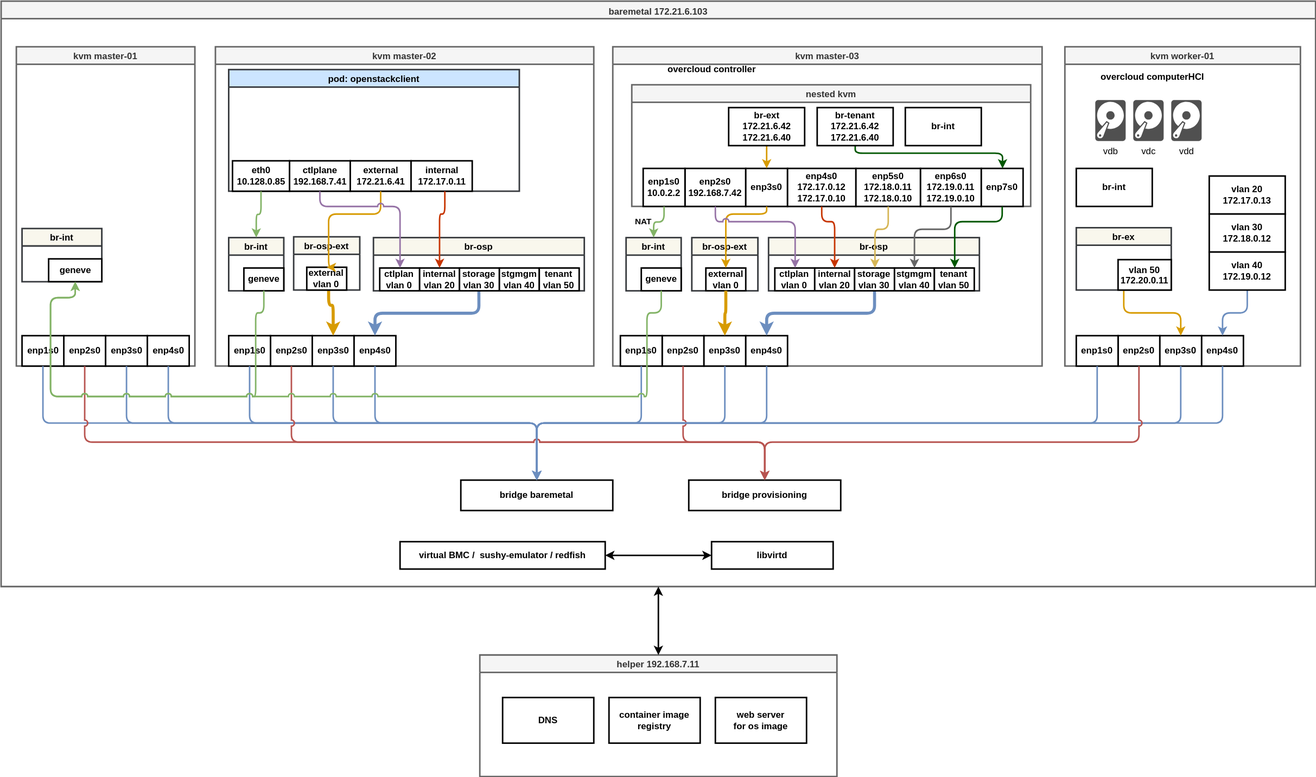
wangzheng422/docker_env keeps this draw.io diagram as redhat/ocp4/4.11/dia/ocp.osp.drawio.svg. Above is the earlier version. Source tidied: cells renumbered, new cells last; positions are measured from the earlier drawing's top-left corner, leaving out a move shared by most shapes.
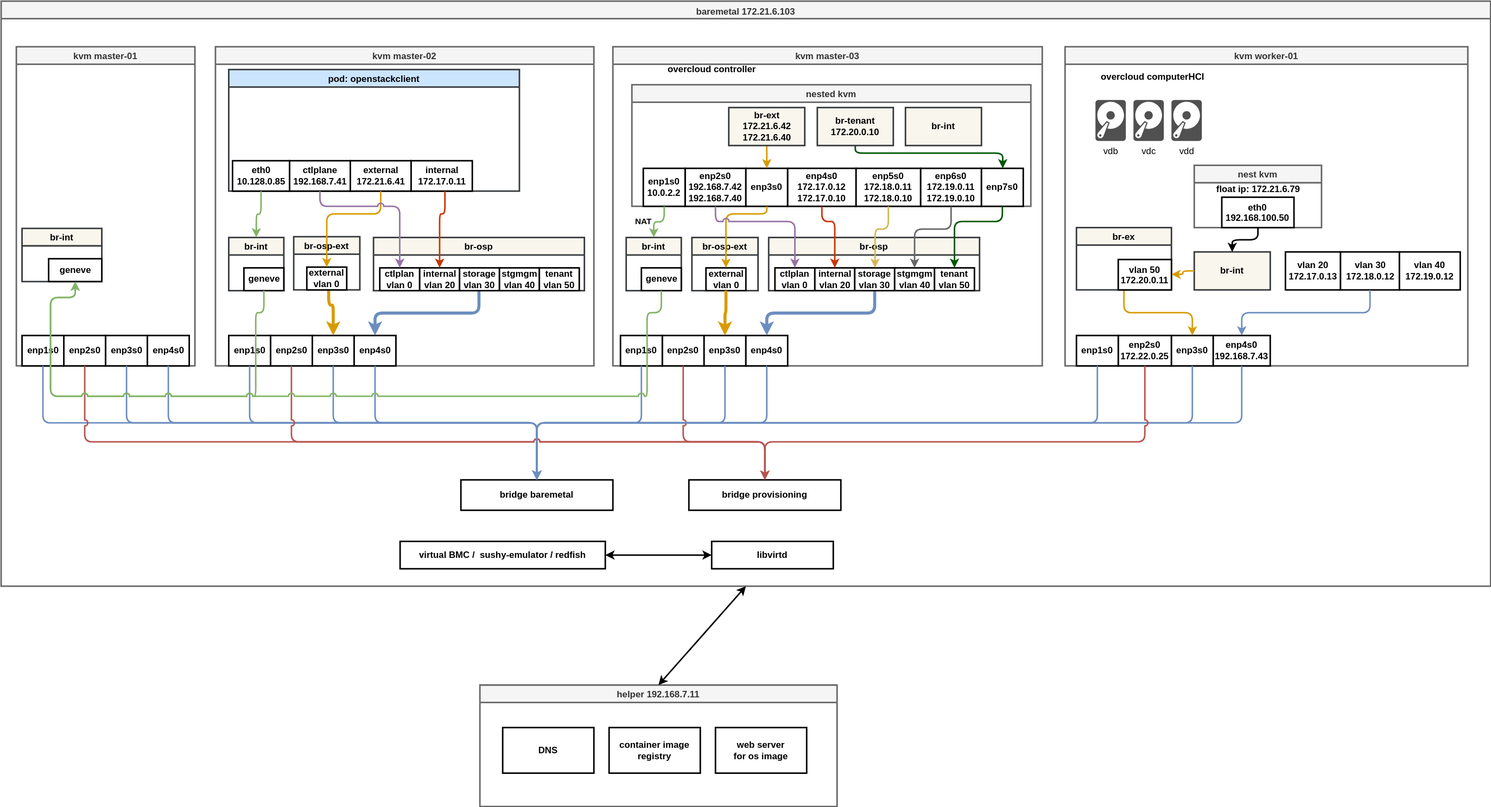
Later version of the same file.

What changed in the source:
```diff
@@ -3,7 +3,7 @@
     <mxCell id="0" />
     <mxCell id="1" parent="0" />
     <mxCell id="2" value="baremetal 172.21.6.103" style="swimlane;strokeWidth=2;verticalAlign=top;fillColor=#f5f5f5;fontColor=#333333;strokeColor=#666666;" parent="1" vertex="1">
-      <mxGeometry width="1730" height="770" as="geometry" />
+      <mxGeometry y="-40" width="1960" height="770" as="geometry" />
     </mxCell>
     <mxCell id="3" value="&lt;b&gt;virtual BMC /&amp;nbsp; sushy-emulator / redfish&lt;/b&gt;" style="rounded=0;whiteSpace=wrap;html=1;strokeWidth=2;" parent="2" vertex="1">
       <mxGeometry x="525" y="711" width="270" height="36" as="geometry" />
@@ -114,7 +114,7 @@
       <mxGeometry relative="1" as="geometry">
         <Array as="points">
           <mxPoint x="218" y="220" />
-          <mxPoint x="149" y="220" />
+          <mxPoint x="147" y="220" />
         </Array>
       </mxGeometry>
     </mxCell>
@@ -141,7 +141,7 @@
     <mxCell id="40" value="nested kvm" style="swimlane;strokeWidth=2;fillColor=#f5f5f5;fontColor=#333333;strokeColor=#666666;" parent="39" vertex="1">
       <mxGeometry x="25" y="50" width="525" height="160" as="geometry" />
     </mxCell>
-    <mxCell id="41" value="&lt;b&gt;enp2s0&lt;/b&gt;&lt;br&gt;&lt;b&gt;192.168.7.42&lt;/b&gt;" style="rounded=0;whiteSpace=wrap;html=1;strokeWidth=2;" parent="40" vertex="1">
+    <mxCell id="41" value="&lt;b&gt;enp2s0&lt;/b&gt;&lt;br&gt;&lt;b&gt;192.168.7.42&lt;br&gt;192.168.7.40&lt;br&gt;&lt;/b&gt;" style="rounded=0;whiteSpace=wrap;html=1;strokeWidth=2;" parent="40" vertex="1">
       <mxGeometry x="70" y="110" width="80" height="50" as="geometry" />
     </mxCell>
     <mxCell id="42" value="&lt;b&gt;enp3s0&lt;/b&gt;" style="rounded=0;whiteSpace=wrap;html=1;strokeWidth=2;" parent="40" vertex="1">
@@ -165,7 +165,7 @@
     <mxCell id="48" style="edgeStyle=orthogonalEdgeStyle;jumpStyle=arc;html=1;strokeWidth=2;fillColor=#ffe6cc;strokeColor=#d79b00;" parent="40" edge="1" source="49" target="42">
       <mxGeometry relative="1" as="geometry" />
     </mxCell>
-    <mxCell id="49" value="&lt;b&gt;br-ext&lt;/b&gt;&lt;br&gt;&lt;b&gt;172.21.6.42&lt;/b&gt;&lt;br&gt;&lt;b&gt;172.21.6.40&lt;/b&gt;" style="rounded=0;whiteSpace=wrap;html=1;strokeWidth=2;" parent="40" vertex="1">
+    <mxCell id="49" value="&lt;b&gt;br-ext&lt;/b&gt;&lt;br&gt;&lt;b&gt;172.21.6.42&lt;/b&gt;&lt;br&gt;&lt;b&gt;172.21.6.40&lt;/b&gt;" style="rounded=0;whiteSpace=wrap;html=1;strokeWidth=2;fillColor=#f9f7ed;strokeColor=#36393d;" parent="40" vertex="1">
       <mxGeometry x="127.5" y="30" width="100" height="50" as="geometry" />
     </mxCell>
     <mxCell id="50" style="edgeStyle=orthogonalEdgeStyle;jumpStyle=arc;html=1;strokeWidth=2;fillColor=#008a00;strokeColor=#005700;" parent="40" edge="1" source="51" target="47">
@@ -176,10 +176,10 @@
         </Array>
       </mxGeometry>
     </mxCell>
-    <mxCell id="51" value="&lt;b&gt;br-tenant&lt;/b&gt;&lt;br&gt;&lt;b&gt;172.21.6.42&lt;/b&gt;&lt;br&gt;&lt;b&gt;172.21.6.40&lt;/b&gt;" style="rounded=0;whiteSpace=wrap;html=1;strokeWidth=2;" parent="40" vertex="1">
+    <mxCell id="51" value="&lt;b&gt;br-tenant&lt;/b&gt;&lt;br&gt;&lt;b&gt;172.20.0.10&lt;/b&gt;" style="rounded=0;whiteSpace=wrap;html=1;strokeWidth=2;fillColor=#f9f7ed;strokeColor=#36393d;" parent="40" vertex="1">
       <mxGeometry x="244" y="30" width="100" height="50" as="geometry" />
     </mxCell>
-    <mxCell id="52" value="&lt;b&gt;br-int&lt;/b&gt;" style="rounded=0;whiteSpace=wrap;html=1;strokeWidth=2;" parent="40" vertex="1">
+    <mxCell id="52" value="&lt;b&gt;br-int&lt;/b&gt;" style="rounded=0;whiteSpace=wrap;html=1;strokeWidth=2;fillColor=#f9f7ed;strokeColor=#36393d;" parent="40" vertex="1">
       <mxGeometry x="360" y="30" width="100" height="50" as="geometry" />
     </mxCell>
     <mxCell id="53" value="&lt;b&gt;overcloud controller&lt;/b&gt;" style="text;html=1;align=center;verticalAlign=middle;strokeColor=none;fillColor=none;strokeWidth=2;" parent="39" vertex="1">
@@ -287,7 +287,7 @@
       </mxGeometry>
     </mxCell>
     <mxCell id="77" value="kvm worker-01" style="swimlane;strokeWidth=2;verticalAlign=middle;fillColor=#f5f5f5;fontColor=#333333;strokeColor=#666666;" parent="2" vertex="1">
-      <mxGeometry x="1400" y="60" width="310" height="420" as="geometry" />
+      <mxGeometry x="1400" y="60" width="530" height="420" as="geometry" />
     </mxCell>
     <mxCell id="78" value="&lt;b&gt;overcloud computerHCI&lt;/b&gt;" style="text;html=1;align=center;verticalAlign=middle;strokeColor=none;fillColor=none;" parent="77" vertex="1">
       <mxGeometry x="40" y="30" width="150" height="20" as="geometry" />
@@ -301,35 +301,35 @@
     <mxCell id="81" value="vdd" style="sketch=0;shadow=0;dashed=0;html=1;strokeColor=none;fillColor=#505050;labelPosition=center;verticalLabelPosition=bottom;verticalAlign=top;align=center;shape=mxgraph.office.devices.hard_disk;" parent="77" vertex="1">
       <mxGeometry x="140" y="70" width="40" height="54" as="geometry" />
     </mxCell>
-    <mxCell id="82" value="&lt;b&gt;enp2s0&lt;/b&gt;" style="rounded=0;whiteSpace=wrap;html=1;strokeWidth=2;" parent="77" vertex="1">
-      <mxGeometry x="70" y="380" width="55" height="40" as="geometry" />
+    <mxCell id="82" value="&lt;b&gt;enp2s0&lt;/b&gt;&lt;br&gt;&lt;b&gt;172.22.0.25&lt;/b&gt;" style="rounded=0;whiteSpace=wrap;html=1;strokeWidth=2;" parent="77" vertex="1">
+      <mxGeometry x="70" y="380" width="70" height="40" as="geometry" />
     </mxCell>
     <mxCell id="83" value="&lt;b&gt;enp3s0&lt;/b&gt;" style="rounded=0;whiteSpace=wrap;html=1;strokeWidth=2;" parent="77" vertex="1">
-      <mxGeometry x="125" y="380" width="55" height="40" as="geometry" />
+      <mxGeometry x="140" y="380" width="55" height="40" as="geometry" />
     </mxCell>
-    <mxCell id="84" value="&lt;b&gt;enp4s0&lt;/b&gt;" style="rounded=0;whiteSpace=wrap;html=1;strokeWidth=2;" parent="77" vertex="1">
-      <mxGeometry x="180" y="380" width="55" height="40" as="geometry" />
+    <mxCell id="84" value="&lt;b&gt;enp4s0&lt;/b&gt;&lt;br&gt;&lt;b&gt;192.168.7.43&lt;/b&gt;" style="rounded=0;whiteSpace=wrap;html=1;strokeWidth=2;" parent="77" vertex="1">
+      <mxGeometry x="195" y="380" width="75" height="40" as="geometry" />
     </mxCell>
     <mxCell id="85" value="&lt;b&gt;enp1s0&lt;/b&gt;" style="rounded=0;whiteSpace=wrap;html=1;strokeWidth=2;" parent="77" vertex="1">
       <mxGeometry x="15" y="380" width="55" height="40" as="geometry" />
     </mxCell>
-    <mxCell id="86" value="&lt;b&gt;br-int&lt;/b&gt;" style="rounded=0;whiteSpace=wrap;html=1;strokeWidth=2;" parent="77" vertex="1">
-      <mxGeometry x="15" y="160" width="100" height="50" as="geometry" />
+    <mxCell id="86" value="&lt;b&gt;br-int&lt;/b&gt;" style="rounded=0;whiteSpace=wrap;html=1;strokeWidth=2;fillColor=#f9f7ed;strokeColor=#36393d;" parent="77" vertex="1">
+      <mxGeometry x="170" y="270" width="100" height="50" as="geometry" />
     </mxCell>
     <mxCell id="87" style="edgeStyle=orthogonalEdgeStyle;jumpStyle=arc;html=1;entryX=0.5;entryY=0;entryDx=0;entryDy=0;strokeWidth=2;fillColor=#ffe6cc;strokeColor=#d79b00;exitX=0.5;exitY=1;exitDx=0;exitDy=0;" parent="77" edge="1" source="92" target="83">
       <mxGeometry relative="1" as="geometry" />
     </mxCell>
     <mxCell id="88" value="&lt;b&gt;vlan 20&lt;/b&gt;&lt;br&gt;&lt;b&gt;172.17.0.13&lt;/b&gt;" style="rounded=0;whiteSpace=wrap;html=1;strokeWidth=2;" parent="77" vertex="1">
-      <mxGeometry x="190" y="170" width="100" height="50" as="geometry" />
+      <mxGeometry x="290" y="270" width="72.5" height="50" as="geometry" />
     </mxCell>
     <mxCell id="89" value="&lt;b&gt;vlan 30&lt;/b&gt;&lt;br&gt;&lt;b&gt;172.18.0.12&lt;/b&gt;" style="rounded=0;whiteSpace=wrap;html=1;strokeWidth=2;" parent="77" vertex="1">
-      <mxGeometry x="190" y="220" width="100" height="50" as="geometry" />
+      <mxGeometry x="362.5" y="270" width="77.5" height="50" as="geometry" />
     </mxCell>
-    <mxCell id="90" style="edgeStyle=orthogonalEdgeStyle;jumpStyle=arc;html=1;entryX=0.5;entryY=0;entryDx=0;entryDy=0;strokeWidth=2;fillColor=#dae8fc;strokeColor=#6c8ebf;" parent="77" edge="1" source="91" target="84">
+    <mxCell id="90" style="edgeStyle=orthogonalEdgeStyle;jumpStyle=arc;html=1;entryX=0.5;entryY=0;entryDx=0;entryDy=0;strokeWidth=2;fillColor=#dae8fc;strokeColor=#6c8ebf;exitX=0.5;exitY=1;exitDx=0;exitDy=0;" parent="77" edge="1" source="89" target="84">
       <mxGeometry relative="1" as="geometry" />
     </mxCell>
     <mxCell id="91" value="&lt;b&gt;vlan 40&lt;/b&gt;&lt;br&gt;&lt;b&gt;172.19.0.12&lt;/b&gt;" style="rounded=0;whiteSpace=wrap;html=1;strokeWidth=2;" parent="77" vertex="1">
-      <mxGeometry x="190" y="270" width="100" height="50" as="geometry" />
+      <mxGeometry x="440" y="270" width="80" height="50" as="geometry" />
     </mxCell>
     <mxCell id="92" value="br-ex" style="swimlane;strokeWidth=2;fillColor=#f9f7ed;strokeColor=#36393d;" parent="77" vertex="1">
       <mxGeometry x="15" y="238" width="125" height="82" as="geometry" />
@@ -337,6 +337,21 @@
     <mxCell id="93" value="&lt;b&gt;vlan 50&lt;/b&gt;&lt;br&gt;&lt;b&gt;172.20.0.11&lt;/b&gt;" style="rounded=0;whiteSpace=wrap;html=1;strokeWidth=2;verticalAlign=top;" parent="92" vertex="1">
       <mxGeometry x="55" y="42" width="70" height="40" as="geometry" />
     </mxCell>
+    <mxCell id="119" style="edgeStyle=orthogonalEdgeStyle;jumpStyle=arc;html=1;entryX=1;entryY=0.75;entryDx=0;entryDy=0;strokeWidth=2;fillColor=#ffe6cc;strokeColor=#d79b00;exitX=0;exitY=0.5;exitDx=0;exitDy=0;" parent="77" edge="1" source="86" target="92">
+      <mxGeometry relative="1" as="geometry" />
+    </mxCell>
+    <mxCell id="120" value="nest kvm" style="swimlane;strokeWidth=2;fillColor=#f5f5f5;strokeColor=#666666;fontColor=#333333;" parent="77" vertex="1">
+      <mxGeometry x="170" y="156" width="167.5" height="82" as="geometry" />
+    </mxCell>
+    <mxCell id="121" value="&lt;b&gt;eth0&lt;br&gt;192.168.100.50&lt;br&gt;&lt;/b&gt;" style="rounded=0;whiteSpace=wrap;html=1;strokeWidth=2;verticalAlign=top;" parent="120" vertex="1">
+      <mxGeometry x="36.2" y="42" width="95" height="40" as="geometry" />
+    </mxCell>
+    <mxCell id="122" value="&lt;b&gt;float ip: 172.21.6.79&lt;/b&gt;" style="text;html=1;align=center;verticalAlign=middle;strokeColor=none;fillColor=none;" parent="120" vertex="1">
+      <mxGeometry x="18.8" y="22" width="130" height="20" as="geometry" />
+    </mxCell>
+    <mxCell id="123" style="edgeStyle=orthogonalEdgeStyle;html=1;entryX=0.5;entryY=0;entryDx=0;entryDy=0;strokeWidth=2;" parent="77" edge="1" source="121" target="86">
+      <mxGeometry relative="1" as="geometry" />
+    </mxCell>
     <mxCell id="94" value="&lt;b&gt;bridge baremetal&lt;/b&gt;" style="rounded=0;whiteSpace=wrap;html=1;strokeWidth=2;" parent="2" vertex="1">
       <mxGeometry x="605" y="630" width="200" height="40" as="geometry" />
     </mxCell>
@@ -430,7 +445,7 @@
     <mxCell id="113" style="edgeStyle=orthogonalEdgeStyle;html=1;strokeWidth=2;fillColor=#f8cecc;strokeColor=#b85450;jumpStyle=arc;exitX=0.5;exitY=1;exitDx=0;exitDy=0;entryX=0.5;entryY=0;entryDx=0;entryDy=0;" parent="2" edge="1" source="82" target="95">
       <mxGeometry relative="1" as="geometry">
         <Array as="points">
-          <mxPoint x="1498" y="580" />
+          <mxPoint x="1505" y="580" />
           <mxPoint x="1005" y="580" />
         </Array>
       </mxGeometry>
```
